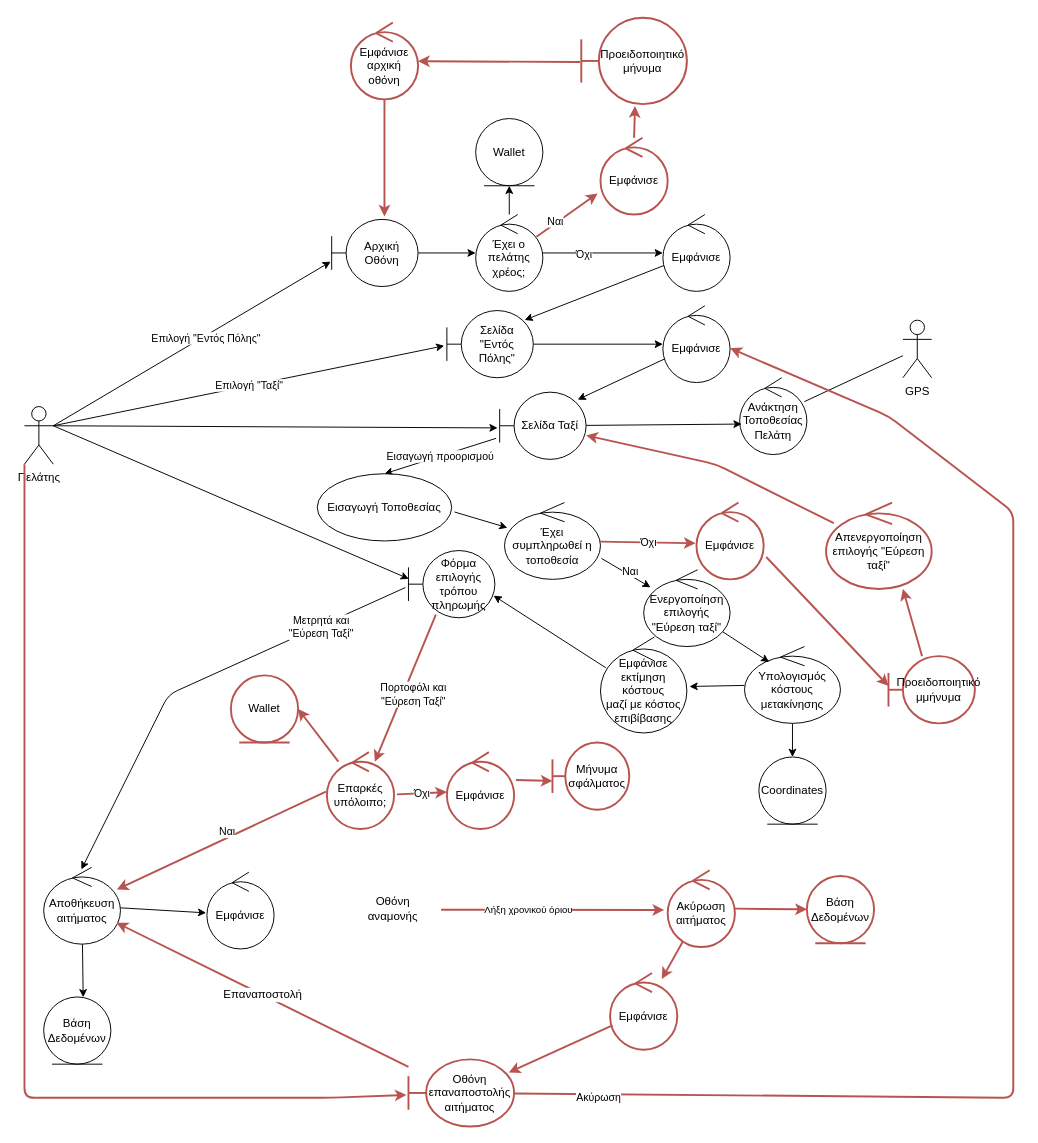
This is Part_2/Robustness/diagrams/07_Επιλογή_Τάξι.drawio from Nikolis2002/texnoligia_logismikou, a draw.io file, before an edit. Source tidied: cells renumbered, new cells numbered last; positions are measured from the earlier drawing's top-left corner, leaving out a move shared by most shapes. Both pictures are drawn from the tidied source at 96%, with x=0, y=0 at pixel (24, 17).
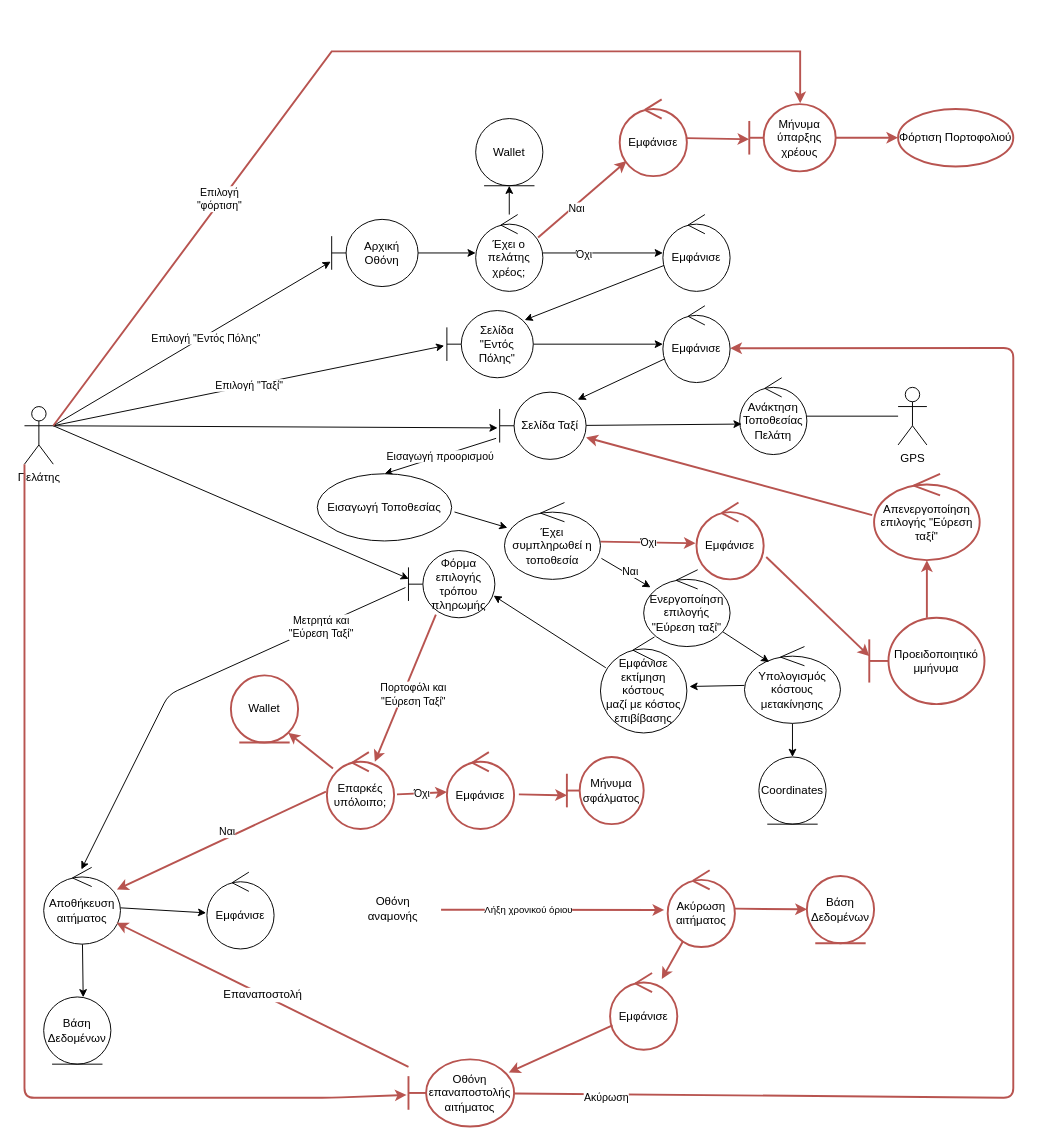
After the change.

Unchanged cells that the change refers to:
```xml
<mxCell id="9" value="Αρχική Οθόνη" style="shape=umlBoundary;whiteSpace=wrap;html=1;" parent="1" vertex="1">
  <mxGeometry x="320" y="210" width="90" height="70" as="geometry" />
</mxCell>
<mxCell id="15" value="Έχει ο πελάτης χρέος;" style="ellipse;shape=umlControl;whiteSpace=wrap;html=1;" parent="1" vertex="1">
  <mxGeometry x="470" y="205" width="70" height="80" as="geometry" />
</mxCell>
<mxCell id="59" value="Επαρκές υπόλοιπο;" style="ellipse;shape=umlControl;whiteSpace=wrap;html=1;fillColor=none;strokeColor=#b85450;strokeWidth=2;" parent="1" vertex="1">
  <mxGeometry x="315" y="765" width="70" height="80" as="geometry" />
</mxCell>
<mxCell id="61" value="Εμφάνισε" style="ellipse;shape=umlControl;whiteSpace=wrap;html=1;fillColor=none;strokeColor=#b85450;strokeWidth=2;" parent="1" vertex="1">
  <mxGeometry x="440" y="765" width="70" height="80" as="geometry" />
</mxCell>
<mxCell id="66" value="Οθόνη επαναποστολής αιτήματος" style="shape=umlBoundary;whiteSpace=wrap;html=1;fillColor=none;strokeColor=#b85450;strokeWidth=2;" parent="1" vertex="1">
  <mxGeometry x="400" y="1085" width="110" height="70" as="geometry" />
</mxCell>
<mxCell id="80" value="Σελίδα Ταξί" style="shape=umlBoundary;whiteSpace=wrap;html=1;" parent="1" vertex="1">
  <mxGeometry x="495" y="390" width="90" height="70" as="geometry" />
</mxCell>
<mxCell id="82" value="Εμφάνισε" style="ellipse;shape=umlControl;whiteSpace=wrap;html=1;" parent="1" vertex="1">
  <mxGeometry x="665" y="300" width="70" height="80" as="geometry" />
</mxCell>
<mxCell id="83" value="Wallet" style="ellipse;shape=umlEntity;whiteSpace=wrap;html=1;fillColor=none;strokeColor=#b85450;strokeWidth=2;" parent="1" vertex="1">
  <mxGeometry x="215" y="685" width="70" height="70" as="geometry" />
</mxCell>
```

Diff of the diagram source:
```diff
@@
-    <mxCell id="13" style="edgeStyle=none;html=1;fillColor=#f8cecc;strokeColor=#b85450;strokeWidth=2;entryX=-0.043;entryY=0.725;entryDx=0;entryDy=0;entryPerimeter=0;exitX=0.905;exitY=0.288;exitDx=0;exitDy=0;exitPerimeter=0;" parent="1" edge="1" source="15" target="71">
-      <mxGeometry relative="1" as="geometry" />
-    </mxCell>
-    <mxCell id="14" value="Ναι" style="edgeLabel;html=1;align=center;verticalAlign=middle;" parent="13" vertex="1">
-      <mxGeometry x="-0.6" y="-2" relative="1" as="geometry">
-        <mxPoint x="5" y="-9" as="offset" />
-      </mxGeometry>
-    </mxCell>
@@
     <mxCell id="23" value="GPS" style="shape=umlActor;verticalLabelPosition=bottom;verticalAlign=top;html=1;" parent="1" vertex="1">
-      <mxGeometry x="915" y="315" width="30" height="60" as="geometry" />
+      <mxGeometry x="910" y="385" width="30" height="60" as="geometry" />
     </mxCell>
@@
-    <mxCell id="48" style="edgeStyle=none;html=1;fillColor=#f8cecc;strokeColor=#b85450;strokeWidth=2;exitX=-0.01;exitY=0.513;exitDx=0;exitDy=0;exitPerimeter=0;" parent="1" edge="1" source="67" target="50">
-      <mxGeometry relative="1" as="geometry" />
-    </mxCell>
-    <mxCell id="49" style="edgeStyle=none;html=1;entryX=0.611;entryY=-0.043;entryDx=0;entryDy=0;entryPerimeter=0;strokeColor=#B85450;strokeWidth=2;fontSize=10;" parent="1" edge="1" source="50" target="9">
-      <mxGeometry relative="1" as="geometry" />
-    </mxCell>
-    <mxCell id="50" value="Εμφάνισε αρχική οθόνη" style="ellipse;shape=umlControl;whiteSpace=wrap;html=1;fillColor=none;strokeColor=#b85450;strokeWidth=2;" parent="1" vertex="1">
-      <mxGeometry x="340" y="5" width="70" height="80" as="geometry" />
-    </mxCell>
@@
-    <mxCell id="53" style="edgeStyle=none;html=1;fontSize=10;strokeColor=#B85450;strokeWidth=2;" parent="1" edge="1" source="54" target="80">
-      <mxGeometry relative="1" as="geometry">
-        <Array as="points">
-          <mxPoint x="720" y="465" />
-        </Array>
-      </mxGeometry>
+    <mxCell id="53" style="edgeStyle=none;html=1;fontSize=10;strokeColor=#B85450;strokeWidth=2;exitX=-0.018;exitY=0.478;exitDx=0;exitDy=0;exitPerimeter=0;" parent="1" edge="1" source="54" target="80">
+      <mxGeometry relative="1" as="geometry" />
     </mxCell>
     <mxCell id="54" value="Απενεργοποίηση επιλογής &quot;Εύρεση ταξί&quot;" style="ellipse;shape=umlControl;whiteSpace=wrap;html=1;fillColor=none;strokeColor=#b85450;strokeWidth=2;" parent="1" vertex="1">
-      <mxGeometry x="835" y="505" width="110" height="90" as="geometry" />
+      <mxGeometry x="885" y="475" width="110" height="90" as="geometry" />
     </mxCell>
@@
-    <mxCell id="58" style="edgeStyle=none;html=1;entryX=1;entryY=0.5;entryDx=0;entryDy=0;fontSize=12;fillColor=none;strokeColor=#b85450;strokeWidth=2;" parent="1" edge="1" source="59" target="83">
+    <mxCell id="58" style="edgeStyle=none;html=1;entryX=1;entryY=1;entryDx=0;entryDy=0;fontSize=12;fillColor=none;strokeColor=#b85450;strokeWidth=2;" parent="1" edge="1" source="59" target="83">
       <mxGeometry relative="1" as="geometry" />
     </mxCell>
@@
-    <mxCell id="60" style="edgeStyle=none;html=1;strokeColor=#B85450;fontSize=10;exitX=1.029;exitY=0.363;exitDx=0;exitDy=0;exitPerimeter=0;entryX=0;entryY=0.571;entryDx=0;entryDy=0;entryPerimeter=0;strokeWidth=2;" parent="1" edge="1" source="61" target="75">
+    <mxCell id="60" style="edgeStyle=none;html=1;strokeColor=#B85450;fontSize=10;exitX=1.071;exitY=0.55;exitDx=0;exitDy=0;exitPerimeter=0;entryX=0;entryY=0.571;entryDx=0;entryDy=0;entryPerimeter=0;strokeWidth=2;" parent="1" edge="1" source="61" target="75">
       <mxGeometry relative="1" as="geometry" />
     </mxCell>
@@
     <mxCell id="64" value="Ακύρωση" style="edgeStyle=none;html=1;strokeWidth=2;strokeColor=#B85450;entryX=1.003;entryY=0.553;entryDx=0;entryDy=0;entryPerimeter=0;" parent="1" edge="1" source="66" target="82">
       <mxGeometry x="-0.88" y="-4" relative="1" as="geometry">
         <Array as="points">
           <mxPoint x="1030" y="1125" />
-          <mxPoint x="1030" y="515" />
-          <mxPoint x="900" y="415" />
+          <mxPoint x="1030" y="344" />
         </Array>
       </mxGeometry>
     </mxCell>
@@
-    <mxCell id="67" value="Προειδοποιητικό&lt;br&gt;μήνυμα" style="shape=umlBoundary;whiteSpace=wrap;html=1;strokeColor=#B85450;strokeWidth=2;" parent="1" vertex="1">
-      <mxGeometry x="580" width="110" height="90" as="geometry" />
-    </mxCell>
@@
-    <mxCell id="69" style="edgeStyle=none;html=1;entryX=0.509;entryY=1.022;entryDx=0;entryDy=0;entryPerimeter=0;strokeColor=#B85450;strokeWidth=2;" parent="1" edge="1" source="71" target="67">
-      <mxGeometry relative="1" as="geometry" />
-    </mxCell>
@@
-    <mxCell id="71" value="Εμφάνισε" style="ellipse;shape=umlControl;whiteSpace=wrap;html=1;fillColor=none;strokeColor=#b85450;strokeWidth=2;" parent="1" vertex="1">
-      <mxGeometry x="600" y="125" width="70" height="80" as="geometry" />
-    </mxCell>
@@
-    <mxCell id="73" style="edgeStyle=none;html=1;entryX=0.727;entryY=1;entryDx=0;entryDy=0;entryPerimeter=0;fontSize=12;fillColor=none;strokeColor=#b85450;strokeWidth=2;" parent="1" edge="1" source="74" target="54">
+    <mxCell id="73" style="edgeStyle=none;html=1;fontSize=12;fillColor=none;strokeColor=#b85450;strokeWidth=2;" parent="1" edge="1" source="74" target="54">
       <mxGeometry relative="1" as="geometry" />
     </mxCell>
     <mxCell id="74" value="Προειδοποιητικό&lt;br&gt;μμήνυμα" style="shape=umlBoundary;whiteSpace=wrap;html=1;strokeColor=#B85450;strokeWidth=2;" parent="1" vertex="1">
-      <mxGeometry x="900" y="665" width="90" height="70" as="geometry" />
+      <mxGeometry x="880" y="625" width="120" height="90" as="geometry" />
     </mxCell>
     <mxCell id="75" value="Μήνυμα&lt;br&gt;σφάλματος" style="shape=umlBoundary;whiteSpace=wrap;html=1;strokeColor=#B85450;strokeWidth=2;" parent="1" vertex="1">
-      <mxGeometry x="550" y="755" width="80" height="70" as="geometry" />
+      <mxGeometry x="565" y="770" width="80" height="70" as="geometry" />
     </mxCell>
@@
+    <mxCell id="87" style="edgeStyle=none;html=1;entryX=0.589;entryY=-0.014;entryDx=0;entryDy=0;entryPerimeter=0;rounded=0;strokeColor=#b85450;fillColor=#f8cecc;strokeWidth=2;" parent="1" edge="1" target="91">
+      <mxGeometry relative="1" as="geometry">
+        <mxPoint x="30" y="425" as="sourcePoint" />
+        <Array as="points">
+          <mxPoint x="320" y="35" />
+          <mxPoint x="808" y="35" />
+        </Array>
+      </mxGeometry>
+    </mxCell>
+    <mxCell id="88" value="Επιλογή&lt;br&gt;&quot;φόρτιση&quot;" style="edgeLabel;html=1;align=center;verticalAlign=middle;" parent="87" vertex="1">
+      <mxGeometry x="-0.43" y="3" relative="1" as="geometry" />
+    </mxCell>
+    <mxCell id="13" style="edgeStyle=none;rounded=0;jettySize=auto;html=1;fillColor=#f8cecc;strokeColor=#b85450;strokeWidth=2;exitX=0.929;exitY=0.3;exitDx=0;exitDy=0;exitPerimeter=0;" parent="1" edge="1" source="15" target="71">
+      <mxGeometry relative="1" as="geometry" />
+    </mxCell>
+    <mxCell id="14" value="Ναι" style="edgeLabel;html=1;align=center;verticalAlign=middle;" parent="13" vertex="1">
+      <mxGeometry x="-0.18" y="-3" relative="1" as="geometry" />
+    </mxCell>
+    <mxCell id="89" style="edgeStyle=none;html=1;entryX=-0.001;entryY=0.522;entryDx=0;entryDy=0;entryPerimeter=0;rounded=0;strokeColor=#b85450;fillColor=#f8cecc;strokeWidth=2;" parent="1" edge="1" source="71" target="91">
+      <mxGeometry relative="1" as="geometry" />
+    </mxCell>
+    <mxCell id="71" value="Εμφάνισε" style="ellipse;shape=umlControl;whiteSpace=wrap;html=1;fillColor=default;strokeColor=#b85450;strokeWidth=2;" parent="1" vertex="1">
+      <mxGeometry x="620" y="85" width="70" height="80" as="geometry" />
+    </mxCell>
+    <mxCell id="90" style="edgeStyle=none;html=1;rounded=0;strokeColor=#b85450;fillColor=#f8cecc;strokeWidth=2;entryX=0;entryY=0.5;entryDx=0;entryDy=0;" parent="1" edge="1" source="91" target="92">
+      <mxGeometry relative="1" as="geometry" />
+    </mxCell>
+    <mxCell id="91" value="Μήνυμα ύπαρξης χρέους" style="shape=umlBoundary;whiteSpace=wrap;html=1;fillColor=none;strokeColor=#b85450;strokeWidth=2;" parent="1" vertex="1">
+      <mxGeometry x="755" y="90" width="90" height="70" as="geometry" />
+    </mxCell>
+    <mxCell id="92" value="Φόρτιση Πορτοφολιού" style="ellipse;whiteSpace=wrap;html=1;fillColor=none;strokeColor=#b85450;strokeWidth=2;" parent="1" vertex="1">
+      <mxGeometry x="910" y="95" width="120" height="60" as="geometry" />
+    </mxCell>
```
